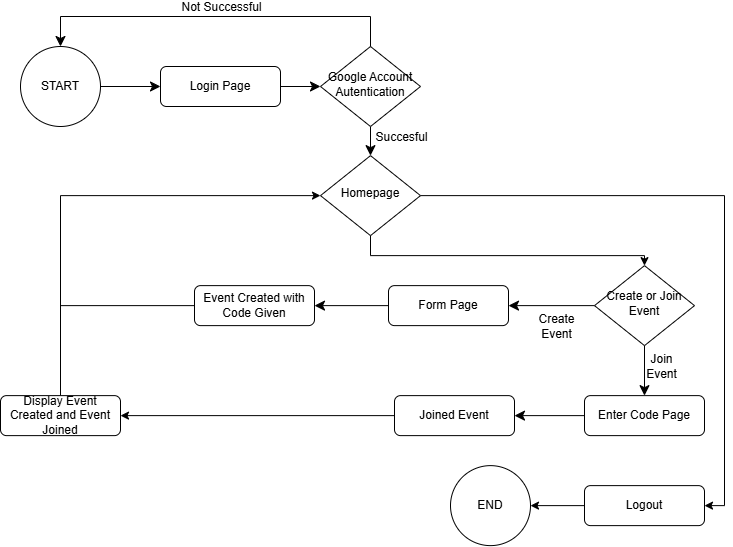
This is readme_assets/Flowchart.png from Islahazim/Evento, a draw.io export, as it was before one commit. Source tidied: cells renumbered, new cells last; positions are measured from the earlier drawing's top-left corner, leaving out a move shared by most shapes.
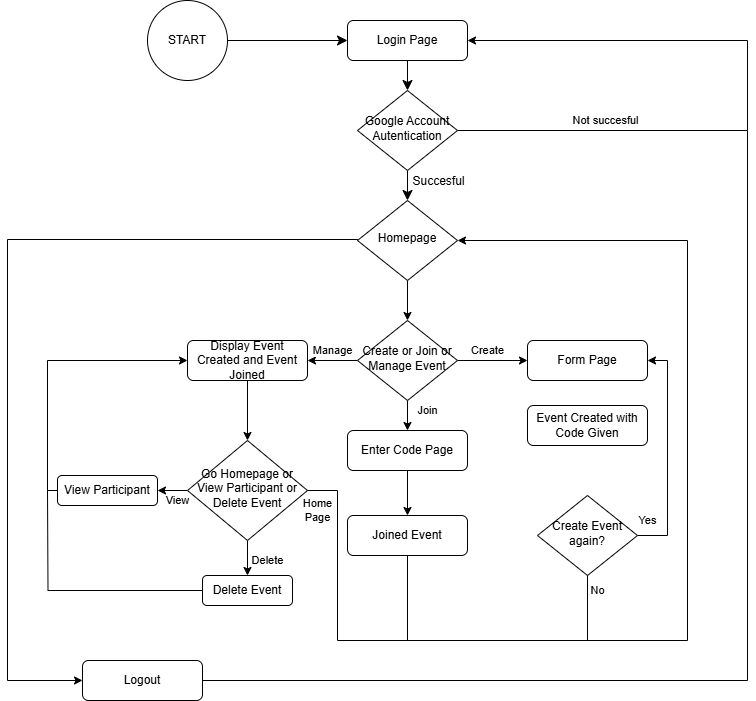
The same file after the commit.

The edit, as a diff of the source:
```diff
@@ -6,7 +6,7 @@
       <mxGeometry relative="1" as="geometry" />
     </mxCell>
     <mxCell id="3" value="Login Page" style="rounded=1;whiteSpace=wrap;html=1;fontSize=12;glass=0;strokeWidth=1;shadow=0;" parent="1" vertex="1">
-      <mxGeometry x="160" y="50" width="120" height="40" as="geometry" />
+      <mxGeometry x="360" y="230" width="120" height="40" as="geometry" />
     </mxCell>
     <mxCell id="4" style="edgeStyle=none;curved=1;rounded=0;jettySize=auto;html=1;fontSize=12;startSize=8;endSize=8;entryX=0.5;entryY=0;entryDx=0;entryDy=0;" parent="1" edge="1" source="6" target="28">
       <mxGeometry relative="1" as="geometry" />
@@ -16,103 +16,143 @@
         <mxPoint x="30" y="1" as="offset" />
       </mxGeometry>
     </mxCell>
+    <mxCell id="33" value="Not succesful" style="edgeStyle=orthogonalEdgeStyle;rounded=0;jettySize=auto;html=1;exitX=1;exitY=0.5;exitDx=0;exitDy=0;entryX=1;entryY=0.5;entryDx=0;entryDy=0;" parent="1" edge="1" source="6" target="3">
+      <mxGeometry x="-0.55" y="10" relative="1" as="geometry">
+        <Array as="points">
+          <mxPoint x="760" y="340" />
+          <mxPoint x="760" y="250" />
+        </Array>
+      </mxGeometry>
+    </mxCell>
     <mxCell id="6" value="Google Account Autentication" style="rhombus;whiteSpace=wrap;html=1;shadow=0;fontFamily=Helvetica;fontSize=12;align=center;strokeWidth=1;spacing=6;spacingTop=-4;" parent="1" vertex="1">
-      <mxGeometry x="320" y="30" width="100" height="80" as="geometry" />
+      <mxGeometry x="370" y="300" width="100" height="80" as="geometry" />
     </mxCell>
+    <mxCell id="9" value="Join" style="edgeStyle=orthogonalEdgeStyle;rounded=0;jettySize=auto;html=1;exitX=0.5;exitY=1;exitDx=0;exitDy=0;entryX=0.5;entryY=0;entryDx=0;entryDy=0;" parent="1" edge="1" source="11" target="13">
+      <mxGeometry x="-0.33" y="20" relative="1" as="geometry" />
+    </mxCell>
-    <mxCell id="7" style="edgeStyle=none;curved=1;rounded=0;jettySize=auto;html=1;fontSize=12;startSize=8;endSize=8;" parent="1" edge="1" source="11" target="15">
-      <mxGeometry relative="1" as="geometry" />
+    <mxCell id="7" value="Create" style="edgeStyle=orthogonalEdgeStyle;rounded=0;jettySize=auto;html=1;exitX=1;exitY=0.5;exitDx=0;exitDy=0;entryX=0;entryY=0.5;entryDx=0;entryDy=0;" parent="1" edge="1" source="11" target="15">
+      <mxGeometry x="-0.14" y="10" relative="1" as="geometry" />
     </mxCell>
-    <mxCell id="8" value="Create&lt;br&gt;Event" style="edgeLabel;html=1;align=center;verticalAlign=middle;fontSize=12;" parent="7" vertex="1">
-      <mxGeometry x="-0.1" y="-2" relative="1" as="geometry">
-        <mxPoint y="22" as="offset" />
-      </mxGeometry>
-    </mxCell>
-    <mxCell id="9" style="edgeStyle=none;curved=1;rounded=0;jettySize=auto;html=1;fontSize=12;startSize=8;endSize=8;" parent="1" edge="1" source="11" target="13">
-      <mxGeometry relative="1" as="geometry" />
-    </mxCell>
-    <mxCell id="10" value="Join&lt;br&gt;Event" style="edgeLabel;html=1;align=center;verticalAlign=middle;fontSize=12;" parent="9" vertex="1">
-      <mxGeometry x="-0.48" y="4" relative="1" as="geometry">
-        <mxPoint x="12" y="7" as="offset" />
-      </mxGeometry>
-    </mxCell>
+    <mxCell id="34" value="Manage" style="edgeStyle=orthogonalEdgeStyle;rounded=0;jettySize=auto;html=1;exitX=0;exitY=0.5;exitDx=0;exitDy=0;entryX=1;entryY=0.5;entryDx=0;entryDy=0;" parent="1" edge="1" source="11" target="25">
+      <mxGeometry y="-10" relative="1" as="geometry" />
+    </mxCell>
-    <mxCell id="11" value="Create or Join Event" style="rhombus;whiteSpace=wrap;html=1;shadow=0;fontFamily=Helvetica;fontSize=12;align=center;strokeWidth=1;spacing=6;spacingTop=-4;" parent="1" vertex="1">
-      <mxGeometry x="594" y="249.1" width="100" height="80" as="geometry" />
+    <mxCell id="11" value="Create or Join or Manage Event" style="rhombus;whiteSpace=wrap;html=1;shadow=0;fontFamily=Helvetica;fontSize=12;align=center;strokeWidth=1;spacing=6;spacingTop=-4;" parent="1" vertex="1">
+      <mxGeometry x="370" y="530" width="100" height="80" as="geometry" />
     </mxCell>
-    <mxCell id="12" style="edgeStyle=none;curved=1;rounded=0;jettySize=auto;html=1;fontSize=12;startSize=8;endSize=8;" parent="1" edge="1" source="13" target="23">
-      <mxGeometry relative="1" as="geometry" />
-    </mxCell>
-    <mxCell id="13" value="Enter Code Page" style="rounded=1;whiteSpace=wrap;html=1;fontSize=12;glass=0;strokeWidth=1;shadow=0;" parent="1" vertex="1">
-      <mxGeometry x="584" y="379.1" width="120" height="40" as="geometry" />
-    </mxCell>
-    <mxCell id="14" style="edgeStyle=none;curved=1;rounded=0;jettySize=auto;html=1;fontSize=12;startSize=8;endSize=8;" parent="1" edge="1" source="15" target="21">
-      <mxGeometry relative="1" as="geometry" />
-    </mxCell>
-    <mxCell id="15" value="Form Page" style="rounded=1;whiteSpace=wrap;html=1;fontSize=12;glass=0;strokeWidth=1;shadow=0;" parent="1" vertex="1">
-      <mxGeometry x="388" y="269.1" width="120" height="40" as="geometry" />
-    </mxCell>
     <mxCell id="16" style="edgeStyle=none;curved=1;rounded=0;jettySize=auto;html=1;fontSize=12;startSize=8;endSize=8;" parent="1" edge="1" source="17" target="3">
       <mxGeometry relative="1" as="geometry" />
     </mxCell>
     <mxCell id="17" value="START" style="ellipse;whiteSpace=wrap;html=1;" parent="1" vertex="1">
-      <mxGeometry x="20" y="30" width="80" height="80" as="geometry" />
+      <mxGeometry x="160" y="210" width="80" height="80" as="geometry" />
     </mxCell>
     <mxCell id="18" style="edgeStyle=none;curved=1;rounded=0;orthogonalLoop=1;jettySize=auto;html=1;exitX=0.5;exitY=0;exitDx=0;exitDy=0;fontSize=12;startSize=8;endSize=8;" parent="1" edge="1" source="3" target="3">
       <mxGeometry relative="1" as="geometry" />
     </mxCell>
-    <mxCell id="19" style="edgeStyle=elbowEdgeStyle;elbow=horizontal;endArrow=classic;html=1;curved=0;rounded=0;endSize=8;startSize=8;fontSize=12;exitX=0.5;exitY=0;exitDx=0;exitDy=0;entryX=0.5;entryY=0;entryDx=0;entryDy=0;" parent="1" edge="1" source="6" target="17">
-      <mxGeometry relative="1" as="geometry">
-        <Array as="points">
-          <mxPoint x="234" />
-        </Array>
-      </mxGeometry>
-    </mxCell>
-    <mxCell id="20" value="Not Successful" style="edgeLabel;html=1;align=center;verticalAlign=middle;fontSize=12;" parent="19" vertex="1">
-      <mxGeometry x="-0.77" y="-1" relative="1" as="geometry">
-        <mxPoint x="-136" y="-9" as="offset" />
-      </mxGeometry>
-    </mxCell>
+    <mxCell id="27" style="edgeStyle=orthogonalEdgeStyle;rounded=0;jettySize=auto;html=1;exitX=0;exitY=0.5;exitDx=0;exitDy=0;entryX=0;entryY=0.5;entryDx=0;entryDy=0;" parent="1" edge="1" source="28" target="30">
+      <mxGeometry relative="1" as="geometry">
+        <Array as="points">
+          <mxPoint x="370" y="449" />
+          <mxPoint x="20" y="449" />
+          <mxPoint x="20" y="890" />
+        </Array>
+      </mxGeometry>
+    </mxCell>
+    <mxCell id="26" style="edgeStyle=orthogonalEdgeStyle;rounded=0;jettySize=auto;html=1;exitX=0.5;exitY=1;exitDx=0;exitDy=0;entryX=0.5;entryY=0;entryDx=0;entryDy=0;" parent="1" edge="1" source="28" target="11">
+      <mxGeometry relative="1" as="geometry" />
+    </mxCell>
+    <mxCell id="28" value="Homepage" style="rhombus;whiteSpace=wrap;html=1;shadow=0;fontFamily=Helvetica;fontSize=12;align=center;strokeWidth=1;spacing=6;spacingTop=-4;" parent="1" vertex="1">
+      <mxGeometry x="370" y="410" width="100" height="80" as="geometry" />
+    </mxCell>
+    <mxCell id="30" value="Logout" style="rounded=1;whiteSpace=wrap;html=1;fontSize=12;glass=0;strokeWidth=1;shadow=0;" parent="1" vertex="1">
+      <mxGeometry x="95" y="870" width="120" height="40" as="geometry" />
+    </mxCell>
+    <mxCell id="35" style="endArrow=none;html=1;rounded=0;exitX=1;exitY=0.5;exitDx=0;exitDy=0;" parent="1" edge="1" source="30">
+      <mxGeometry relative="1" as="geometry">
+        <mxPoint x="760" y="340" as="targetPoint" />
+        <Array as="points">
+          <mxPoint x="760" y="890" />
+        </Array>
+      </mxGeometry>
+    </mxCell>
+    <mxCell id="15" value="Form Page" style="rounded=1;whiteSpace=wrap;html=1;fontSize=12;glass=0;strokeWidth=1;shadow=0;" parent="1" vertex="1">
+      <mxGeometry x="540" y="550" width="120" height="40" as="geometry" />
+    </mxCell>
     <mxCell id="21" value="Event Created with Code Given" style="rounded=1;whiteSpace=wrap;html=1;fontSize=12;glass=0;strokeWidth=1;shadow=0;" parent="1" vertex="1">
-      <mxGeometry x="194" y="269.1" width="120" height="40" as="geometry" />
+      <mxGeometry x="540" y="615" width="120" height="40" as="geometry" />
     </mxCell>
-    <mxCell id="22" style="edgeStyle=orthogonalEdgeStyle;rounded=0;jettySize=auto;html=1;exitX=0;exitY=0.5;exitDx=0;exitDy=0;entryX=1;entryY=0.5;entryDx=0;entryDy=0;" parent="1" edge="1" source="23" target="25">
-      <mxGeometry relative="1" as="geometry" />
-    </mxCell>
+    <mxCell id="36" value="Yes" style="edgeStyle=orthogonalEdgeStyle;rounded=0;jettySize=auto;html=1;exitX=1;exitY=0.5;exitDx=0;exitDy=0;entryX=1;entryY=0.5;entryDx=0;entryDy=0;" parent="1" edge="1" source="37" target="15">
+      <mxGeometry x="-0.91" y="15" relative="1" as="geometry">
+        <Array as="points">
+          <mxPoint x="680" y="745" />
+          <mxPoint x="680" y="570" />
+        </Array>
+      </mxGeometry>
+    </mxCell>
+    <mxCell id="37" value="Create Event again?" style="rhombus;whiteSpace=wrap;html=1;shadow=0;fontFamily=Helvetica;fontSize=12;align=center;strokeWidth=1;spacing=6;spacingTop=-4;" parent="1" vertex="1">
+      <mxGeometry x="550" y="705" width="100" height="80" as="geometry" />
+    </mxCell>
     <mxCell id="23" value="Joined Event" style="rounded=1;whiteSpace=wrap;html=1;fontSize=12;glass=0;strokeWidth=1;shadow=0;" parent="1" vertex="1">
-      <mxGeometry x="394" y="379.1" width="120" height="40" as="geometry" />
+      <mxGeometry x="360" y="725" width="120" height="40" as="geometry" />
     </mxCell>
-    <mxCell id="24" style="edgeStyle=orthogonalEdgeStyle;rounded=0;jettySize=auto;html=1;exitX=0.5;exitY=0;exitDx=0;exitDy=0;entryX=0;entryY=0.5;entryDx=0;entryDy=0;" parent="1" edge="1" source="25" target="28">
-      <mxGeometry relative="1" as="geometry" />
-    </mxCell>
+    <mxCell id="38" value="View" style="edgeStyle=orthogonalEdgeStyle;rounded=0;jettySize=auto;html=1;exitX=0;exitY=0.5;exitDx=0;exitDy=0;entryX=1;entryY=0.5;entryDx=0;entryDy=0;" parent="1" edge="1" source="40" target="43">
+      <mxGeometry x="-0.33" y="10" relative="1" as="geometry" />
+    </mxCell>
+    <mxCell id="39" value="Delete" style="edgeStyle=orthogonalEdgeStyle;rounded=0;jettySize=auto;html=1;exitX=0.5;exitY=1;exitDx=0;exitDy=0;entryX=0.5;entryY=0;entryDx=0;entryDy=0;" parent="1" edge="1" source="40" target="45">
+      <mxGeometry x="0.14" y="20" relative="1" as="geometry" />
+    </mxCell>
+    <mxCell id="40" value="Go Homepage or View Participant or Delete Event" style="rhombus;whiteSpace=wrap;html=1;shadow=0;fontFamily=Helvetica;fontSize=12;align=center;strokeWidth=1;spacing=6;spacingTop=-4;" parent="1" vertex="1">
+      <mxGeometry x="200" y="650" width="120" height="100" as="geometry" />
+    </mxCell>
+    <mxCell id="41" style="edgeStyle=orthogonalEdgeStyle;rounded=0;jettySize=auto;html=1;exitX=0.5;exitY=1;exitDx=0;exitDy=0;entryX=0.5;entryY=0;entryDx=0;entryDy=0;" parent="1" edge="1" source="25" target="40">
+      <mxGeometry relative="1" as="geometry" />
+    </mxCell>
     <mxCell id="25" value="Display Event Created and Event Joined" style="rounded=1;whiteSpace=wrap;html=1;fontSize=12;glass=0;strokeWidth=1;shadow=0;" parent="1" vertex="1">
-      <mxGeometry y="379.1" width="120" height="40" as="geometry" />
+      <mxGeometry x="200" y="550" width="120" height="40" as="geometry" />
     </mxCell>
-    <mxCell id="26" style="edgeStyle=orthogonalEdgeStyle;rounded=0;jettySize=auto;html=1;exitX=0.5;exitY=1;exitDx=0;exitDy=0;entryX=0.5;entryY=0;entryDx=0;entryDy=0;" parent="1" edge="1" source="28" target="11">
-      <mxGeometry relative="1" as="geometry">
-        <Array as="points">
-          <mxPoint x="370" y="239.1" />
-          <mxPoint x="644" y="239.1" />
-        </Array>
-      </mxGeometry>
-    </mxCell>
-    <mxCell id="27" style="edgeStyle=orthogonalEdgeStyle;rounded=0;jettySize=auto;html=1;exitX=1;exitY=0.5;exitDx=0;exitDy=0;entryX=1;entryY=0.5;entryDx=0;entryDy=0;" parent="1" edge="1" source="28" target="30">
-      <mxGeometry relative="1" as="geometry" />
-    </mxCell>
-    <mxCell id="28" value="Homepage" style="rhombus;whiteSpace=wrap;html=1;shadow=0;fontFamily=Helvetica;fontSize=12;align=center;strokeWidth=1;spacing=6;spacingTop=-4;" parent="1" vertex="1">
-      <mxGeometry x="320" y="139.1" width="100" height="80" as="geometry" />
-    </mxCell>
-    <mxCell id="29" style="edgeStyle=orthogonalEdgeStyle;rounded=0;jettySize=auto;html=1;exitX=0;exitY=0.5;exitDx=0;exitDy=0;entryX=1;entryY=0.5;entryDx=0;entryDy=0;" parent="1" edge="1" source="30" target="32">
-      <mxGeometry relative="1" as="geometry" />
-    </mxCell>
-    <mxCell id="30" value="Logout" style="rounded=1;whiteSpace=wrap;html=1;fontSize=12;glass=0;strokeWidth=1;shadow=0;" parent="1" vertex="1">
-      <mxGeometry x="584" y="469.1" width="120" height="40" as="geometry" />
-    </mxCell>
-    <mxCell id="31" style="endArrow=none;html=1;rounded=0;entryX=0;entryY=0.5;entryDx=0;entryDy=0;" parent="1" edge="1" target="21">
-      <mxGeometry relative="1" as="geometry">
-        <mxPoint x="60" y="289.1" as="sourcePoint" />
-      </mxGeometry>
-    </mxCell>
-    <mxCell id="32" value="END" style="ellipse;whiteSpace=wrap;html=1;" parent="1" vertex="1">
-      <mxGeometry x="450" y="449.1" width="80" height="80" as="geometry" />
-    </mxCell>
+    <mxCell id="12" style="edgeStyle=orthogonalEdgeStyle;rounded=0;jettySize=auto;html=1;exitX=0.5;exitY=1;exitDx=0;exitDy=0;entryX=0.5;entryY=0;entryDx=0;entryDy=0;" parent="1" edge="1" source="13" target="23">
+      <mxGeometry relative="1" as="geometry" />
+    </mxCell>
+    <mxCell id="13" value="Enter Code Page" style="rounded=1;whiteSpace=wrap;html=1;fontSize=12;glass=0;strokeWidth=1;shadow=0;" parent="1" vertex="1">
+      <mxGeometry x="360" y="640" width="120" height="40" as="geometry" />
+    </mxCell>
+    <mxCell id="42" style="edgeStyle=orthogonalEdgeStyle;rounded=0;jettySize=auto;html=1;exitX=0;exitY=0.5;exitDx=0;exitDy=0;entryX=0;entryY=0.5;entryDx=0;entryDy=0;" parent="1" edge="1" source="43" target="25">
+      <mxGeometry relative="1" as="geometry">
+        <Array as="points">
+          <mxPoint x="60" y="700" />
+          <mxPoint x="60" y="570" />
+        </Array>
+      </mxGeometry>
+    </mxCell>
+    <mxCell id="43" value="View Participant" style="rounded=1;whiteSpace=wrap;html=1;" parent="1" vertex="1">
+      <mxGeometry x="70" y="685" width="100" height="30" as="geometry" />
+    </mxCell>
+    <mxCell id="44" style="edgeStyle=orthogonalEdgeStyle;rounded=0;jettySize=auto;html=1;exitX=0;exitY=0.5;exitDx=0;exitDy=0;endArrow=none;startFill=0;" parent="1" edge="1" source="45">
+      <mxGeometry relative="1" as="geometry">
+        <mxPoint x="60" y="700" as="targetPoint" />
+      </mxGeometry>
+    </mxCell>
+    <mxCell id="45" value="Delete Event" style="rounded=1;whiteSpace=wrap;html=1;" parent="1" vertex="1">
+      <mxGeometry x="215" y="785" width="90" height="30" as="geometry" />
+    </mxCell>
+    <mxCell id="46" value="Home&lt;div&gt;Page&lt;/div&gt;" style="endArrow=classic;html=1;rounded=0;exitX=1;exitY=0.5;exitDx=0;exitDy=0;entryX=1;entryY=0.5;entryDx=0;entryDy=0;endFill=1;" parent="1" edge="1" source="40" target="28">
+      <mxGeometry x="-0.91" y="-20" relative="1" as="geometry">
+        <Array as="points">
+          <mxPoint x="350" y="700" />
+          <mxPoint x="350" y="850" />
+          <mxPoint x="700" y="850" />
+          <mxPoint x="700" y="450" />
+        </Array>
+      </mxGeometry>
+    </mxCell>
+    <mxCell id="47" style="endArrow=none;html=1;rounded=0;entryX=0.5;entryY=1;entryDx=0;entryDy=0;" parent="1" edge="1" target="23">
+      <mxGeometry relative="1" as="geometry">
+        <mxPoint x="420" y="850" as="sourcePoint" />
+      </mxGeometry>
+    </mxCell>
+    <mxCell id="48" value="No" style="endArrow=none;html=1;rounded=0;entryX=0.5;entryY=1;entryDx=0;entryDy=0;" parent="1" edge="1" target="37">
+      <mxGeometry x="0.54" y="-10" relative="1" as="geometry">
+        <mxPoint x="600" y="850" as="sourcePoint" />
+      </mxGeometry>
+    </mxCell>
   </root>
 </mxGraphModel>
```
